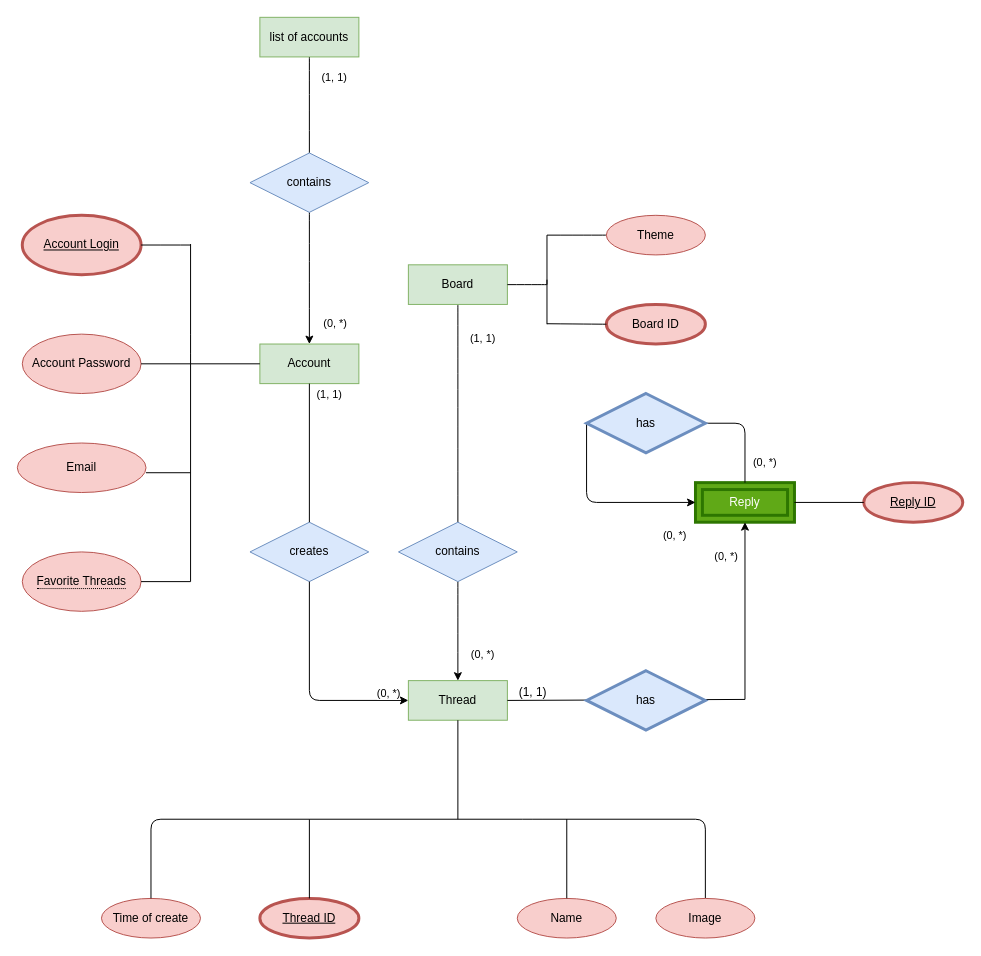
Above: Untitled Diagram.drawio in LongaBonga/HSE.ch (draw.io), before the change. Source tidied: cells renumbered, new cells numbered last; positions are measured from the earlier drawing's top-left corner, leaving out a move shared by most shapes. Both pictures are drawn from the tidied source at 99%, with x=0, y=0 at pixel (17, 17).
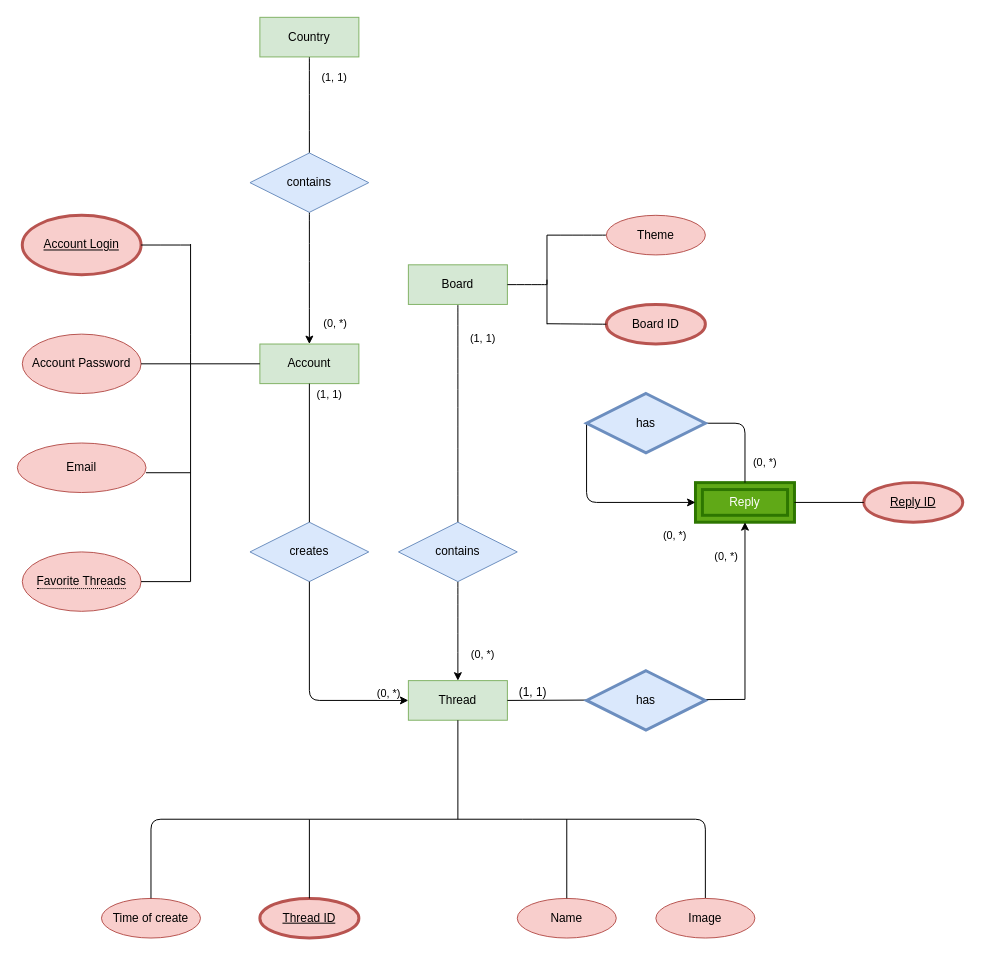
After the change.

Diff of the diagram source:
```diff
@@
-    <mxCell id="50" value="list of accounts" style="whiteSpace=wrap;html=1;align=center;fillColor=#d5e8d4;strokeColor=#82b366;" parent="1" vertex="1">
+    <mxCell id="50" value="Country" style="whiteSpace=wrap;html=1;align=center;fillColor=#d5e8d4;strokeColor=#82b366;" parent="1" vertex="1">
       <mxGeometry x="245" width="100" height="40" as="geometry" />
     </mxCell>
```
